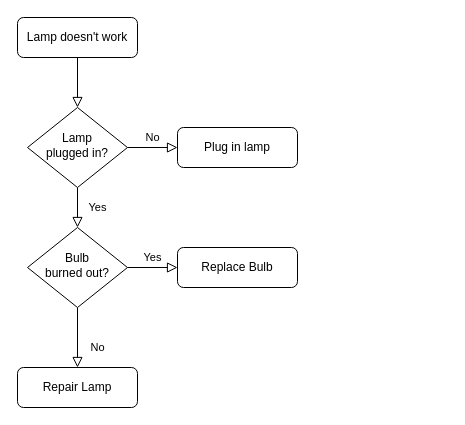
Earlier version of the draw.io diagram Untitled Diagram.drawio (rovak73/wiki). Source tidied: cells renumbered, new cells numbered last; positions are measured from the earlier drawing's top-left corner, leaving out a move shared by most shapes. Both pictures are drawn from the tidied source at 100%, with x=0, y=0 at pixel (17, 17).
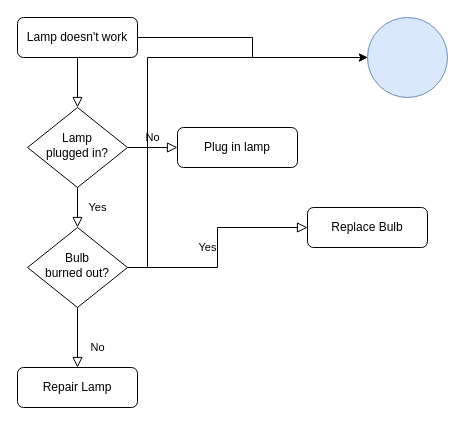
Above is the later version.

Diff of the diagram source:
```diff
@@
 <mxGraphModel>
   <root>
     <mxCell id="0" />
     <mxCell id="1" parent="0" />
     <mxCell id="2" style="rounded=0;html=1;jettySize=auto;fontSize=11;endArrow=block;endFill=0;endSize=8;strokeWidth=1;shadow=0;labelBackgroundColor=none;edgeStyle=orthogonalEdgeStyle;" parent="1" edge="1" source="3" target="6">
       <mxGeometry relative="1" as="geometry" />
     </mxCell>
+    <mxCell id="13" style="edgeStyle=orthogonalEdgeStyle;rounded=0;jettySize=auto;html=1;entryX=0;entryY=0.5;entryDx=0;entryDy=0;" parent="1" edge="1" source="3" target="15">
+      <mxGeometry relative="1" as="geometry" />
+    </mxCell>
     <mxCell id="3" value="Lamp doesn't work" style="rounded=1;whiteSpace=wrap;html=1;fontSize=12;glass=0;strokeWidth=1;shadow=0;" parent="1" vertex="1">
       <mxGeometry width="120" height="40" as="geometry" />
     </mxCell>
     <mxCell id="4" value="Yes" style="rounded=0;html=1;jettySize=auto;fontSize=11;endArrow=block;endFill=0;endSize=8;strokeWidth=1;shadow=0;labelBackgroundColor=none;edgeStyle=orthogonalEdgeStyle;" parent="1" edge="1" source="6" target="10">
       <mxGeometry y="20" relative="1" as="geometry" />
     </mxCell>
     <mxCell id="5" value="No" style="edgeStyle=orthogonalEdgeStyle;rounded=0;html=1;jettySize=auto;fontSize=11;endArrow=block;endFill=0;endSize=8;strokeWidth=1;shadow=0;labelBackgroundColor=none;" parent="1" edge="1" source="6" target="7">
       <mxGeometry y="10" relative="1" as="geometry" />
     </mxCell>
     <mxCell id="6" value="Lamp&lt;br&gt;plugged in?" style="rhombus;whiteSpace=wrap;html=1;shadow=0;fontFamily=Helvetica;fontSize=12;align=center;strokeWidth=1;spacing=6;spacingTop=-4;" parent="1" vertex="1">
       <mxGeometry x="10" y="90" width="100" height="80" as="geometry" />
     </mxCell>
     <mxCell id="7" value="Plug in lamp" style="rounded=1;whiteSpace=wrap;html=1;fontSize=12;glass=0;strokeWidth=1;shadow=0;" parent="1" vertex="1">
       <mxGeometry x="160" y="110" width="120" height="40" as="geometry" />
     </mxCell>
     <mxCell id="8" value="No" style="rounded=0;html=1;jettySize=auto;fontSize=11;endArrow=block;endFill=0;endSize=8;strokeWidth=1;shadow=0;labelBackgroundColor=none;edgeStyle=orthogonalEdgeStyle;" parent="1" edge="1" source="10" target="11">
       <mxGeometry x="0.33" y="20" relative="1" as="geometry" />
     </mxCell>
     <mxCell id="9" value="Yes" style="edgeStyle=orthogonalEdgeStyle;rounded=0;html=1;jettySize=auto;fontSize=11;endArrow=block;endFill=0;endSize=8;strokeWidth=1;shadow=0;labelBackgroundColor=none;" parent="1" edge="1" source="10" target="12">
       <mxGeometry y="10" relative="1" as="geometry" />
     </mxCell>
+    <mxCell id="14" style="edgeStyle=elbowEdgeStyle;rounded=0;jettySize=auto;html=1;entryX=0;entryY=0.5;entryDx=0;entryDy=0;exitX=1;exitY=0.5;exitDx=0;exitDy=0;" parent="1" edge="1" source="10" target="15">
+      <mxGeometry relative="1" as="geometry">
+        <Array as="points">
+          <mxPoint x="130" y="210" />
+          <mxPoint x="130" y="90" />
+        </Array>
+      </mxGeometry>
+    </mxCell>
     <mxCell id="10" value="Bulb&lt;br&gt;burned out?" style="rhombus;whiteSpace=wrap;html=1;shadow=0;fontFamily=Helvetica;fontSize=12;align=center;strokeWidth=1;spacing=6;spacingTop=-4;" parent="1" vertex="1">
       <mxGeometry x="10" y="210" width="100" height="80" as="geometry" />
     </mxCell>
     <mxCell id="11" value="Repair Lamp" style="rounded=1;whiteSpace=wrap;html=1;fontSize=12;glass=0;strokeWidth=1;shadow=0;" parent="1" vertex="1">
       <mxGeometry y="350" width="120" height="40" as="geometry" />
     </mxCell>
     <mxCell id="12" value="Replace Bulb" style="rounded=1;whiteSpace=wrap;html=1;fontSize=12;glass=0;strokeWidth=1;shadow=0;" parent="1" vertex="1">
-      <mxGeometry x="160" y="230" width="120" height="40" as="geometry" />
+      <mxGeometry x="290" y="190" width="120" height="40" as="geometry" />
     </mxCell>
+    <mxCell id="15" style="ellipse;whiteSpace=wrap;html=1;fillColor=#dae8fc;strokeColor=#6c8ebf;" parent="1" vertex="1">
+      <mxGeometry x="350" width="80" height="80" as="geometry" />
+    </mxCell>
   </root>
 </mxGraphModel>
```
